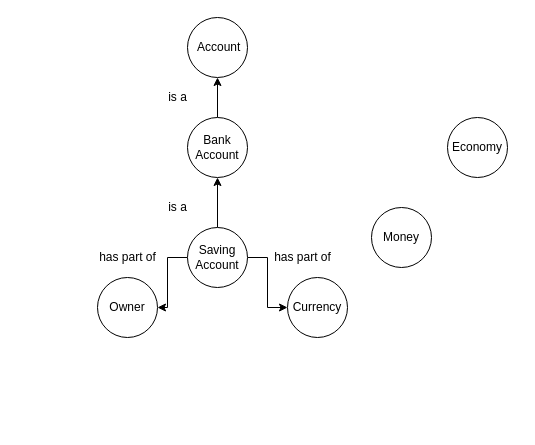
This is assets/classification.drawio from ganisback/draw.io, a draw.io file, before an edit. Source tidied: cells renumbered, new cells numbered last; positions are measured from the earlier drawing's top-left corner, leaving out a move shared by most shapes. Both pictures are drawn from the tidied source at 100%, with x=0, y=0 at pixel (92, 17).
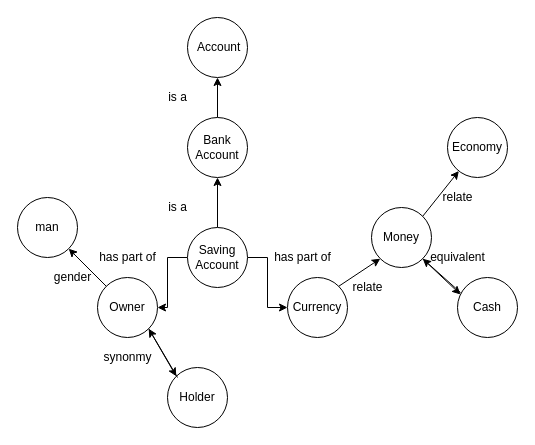
The same diagram, later.

Unchanged cells that the change refers to:
```xml
<mxCell id="11" value="Owner" style="ellipse;whiteSpace=wrap;html=1;" parent="1" vertex="1">
  <mxGeometry x="5" y="260" width="60" height="60" as="geometry" />
</mxCell>
<mxCell id="12" value="Currency" style="ellipse;whiteSpace=wrap;html=1;" parent="1" vertex="1">
  <mxGeometry x="195" y="260" width="60" height="60" as="geometry" />
</mxCell>
<mxCell id="15" value="Money" style="ellipse;whiteSpace=wrap;html=1;" parent="1" vertex="1">
  <mxGeometry x="279" y="190" width="60" height="60" as="geometry" />
</mxCell>
<mxCell id="16" value="Economy" style="ellipse;whiteSpace=wrap;html=1;" parent="1" vertex="1">
  <mxGeometry x="355" y="100" width="60" height="60" as="geometry" />
</mxCell>
```

What changed in the source:
```diff
@@
+    <mxCell id="17" style="endArrow=classic;html=1;rounded=0;exitX=1;exitY=0;exitDx=0;exitDy=0;entryX=0;entryY=1;entryDx=0;entryDy=0;" parent="1" edge="1" source="12" target="15">
+      <mxGeometry relative="1" as="geometry" />
+    </mxCell>
+    <mxCell id="18" style="endArrow=classic;html=1;rounded=0;exitX=1;exitY=0;exitDx=0;exitDy=0;" parent="1" edge="1" source="15" target="16">
+      <mxGeometry relative="1" as="geometry" />
+    </mxCell>
+    <mxCell id="19" value="relate" style="text;html=1;align=center;verticalAlign=middle;strokeColor=none;fillColor=none;" parent="1" vertex="1">
+      <mxGeometry x="250" y="260" width="50" height="20" as="geometry" />
+    </mxCell>
+    <mxCell id="20" value="relate" style="text;html=1;align=center;verticalAlign=middle;strokeColor=none;fillColor=none;" parent="1" vertex="1">
+      <mxGeometry x="340" y="170" width="50" height="20" as="geometry" />
+    </mxCell>
+    <mxCell id="21" value="Holder" style="ellipse;whiteSpace=wrap;html=1;" parent="1" vertex="1">
+      <mxGeometry x="75" y="350" width="60" height="60" as="geometry" />
+    </mxCell>
+    <mxCell id="22" style="endArrow=classic;html=1;rounded=0;exitX=1;exitY=1;exitDx=0;exitDy=0;entryX=0;entryY=0;entryDx=0;entryDy=0;" parent="1" edge="1" source="11" target="21">
+      <mxGeometry relative="1" as="geometry" />
+    </mxCell>
+    <mxCell id="23" style="endArrow=classic;html=1;rounded=0;entryX=1;entryY=1;entryDx=0;entryDy=0;" parent="1" edge="1" target="11">
+      <mxGeometry relative="1" as="geometry">
+        <mxPoint x="85" y="360" as="sourcePoint" />
+      </mxGeometry>
+    </mxCell>
+    <mxCell id="24" value="synonmy" style="text;html=1;align=center;verticalAlign=middle;strokeColor=none;fillColor=none;" parent="1" vertex="1">
+      <mxGeometry x="5" y="330" width="60" height="20" as="geometry" />
+    </mxCell>
+    <mxCell id="25" value="Cash" style="ellipse;whiteSpace=wrap;html=1;" parent="1" vertex="1">
+      <mxGeometry x="365" y="260" width="60" height="60" as="geometry" />
+    </mxCell>
+    <mxCell id="26" style="endArrow=classic;html=1;rounded=0;exitX=1;exitY=1;exitDx=0;exitDy=0;entryX=0.05;entryY=0.283;entryDx=0;entryDy=0;entryPerimeter=0;" parent="1" edge="1" source="15" target="25">
+      <mxGeometry relative="1" as="geometry" />
+    </mxCell>
+    <mxCell id="27" style="endArrow=classic;html=1;rounded=0;entryX=1;entryY=1;entryDx=0;entryDy=0;exitX=0.05;exitY=0.25;exitDx=0;exitDy=0;exitPerimeter=0;" parent="1" edge="1" source="25" target="15">
+      <mxGeometry relative="1" as="geometry" />
+    </mxCell>
+    <mxCell id="28" value="equivalent" style="text;html=1;align=center;verticalAlign=middle;strokeColor=none;fillColor=none;" parent="1" vertex="1">
+      <mxGeometry x="330" y="230" width="70" height="20" as="geometry" />
+    </mxCell>
+    <mxCell id="29" value="man" style="ellipse;whiteSpace=wrap;html=1;" parent="1" vertex="1">
+      <mxGeometry x="-75" y="180" width="60" height="60" as="geometry" />
+    </mxCell>
+    <mxCell id="30" style="endArrow=classic;html=1;rounded=0;exitX=0;exitY=0;exitDx=0;exitDy=0;entryX=1;entryY=1;entryDx=0;entryDy=0;" parent="1" edge="1" source="11" target="29">
+      <mxGeometry relative="1" as="geometry" />
+    </mxCell>
+    <mxCell id="31" value="gender" style="text;html=1;align=center;verticalAlign=middle;strokeColor=none;fillColor=none;" parent="1" vertex="1">
+      <mxGeometry x="-45" y="250" width="50" height="20" as="geometry" />
+    </mxCell>
```
